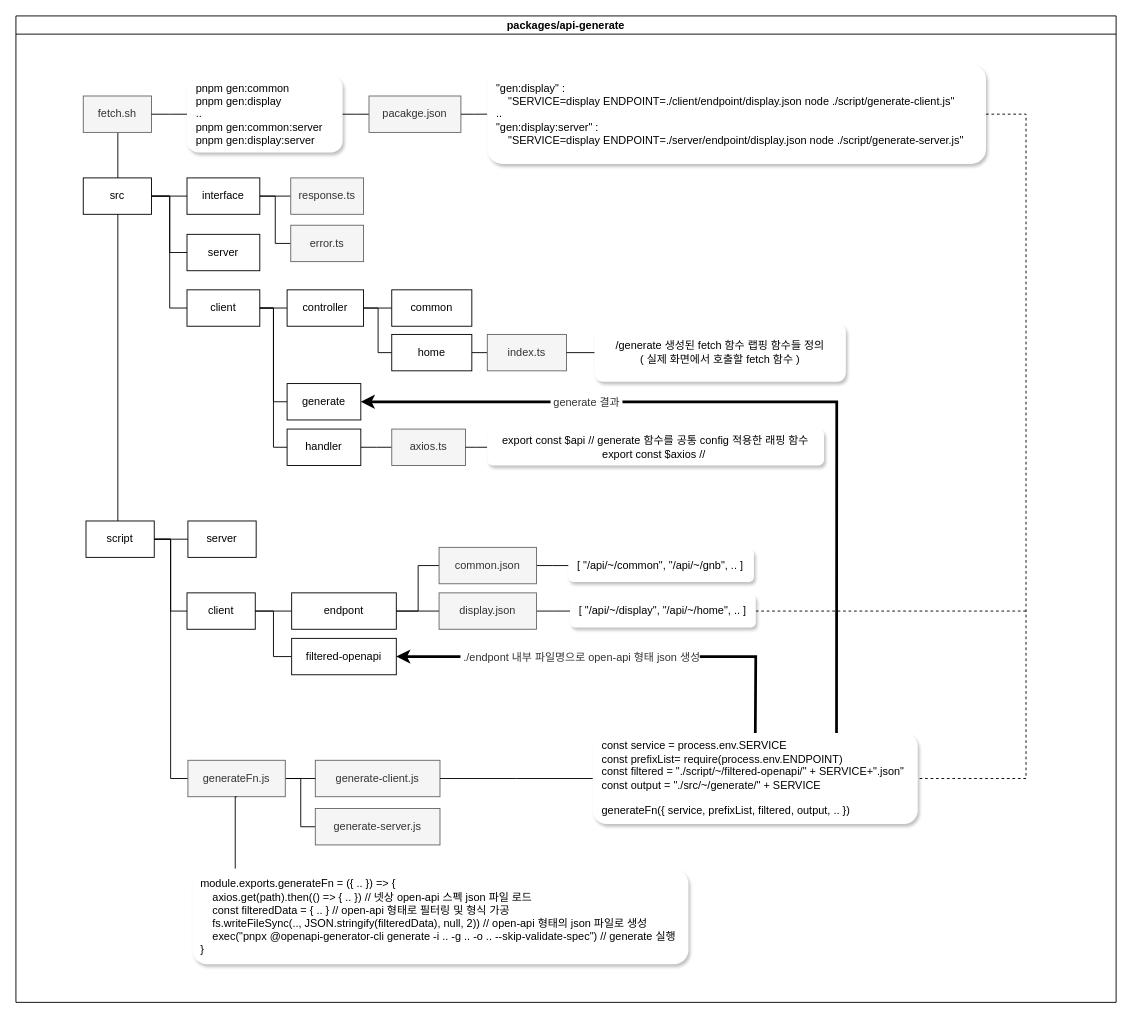
wddo/drawio keeps this draw.io diagram as openapi-generator-cli.drawio. Above is the earlier version. Source tidied: cells renumbered, new cells numbered last; positions are measured from the earlier drawing's top-left corner, leaving out a move shared by most shapes. Both pictures are drawn from the tidied source at 91%, with x=0, y=0 at pixel (15, 15).
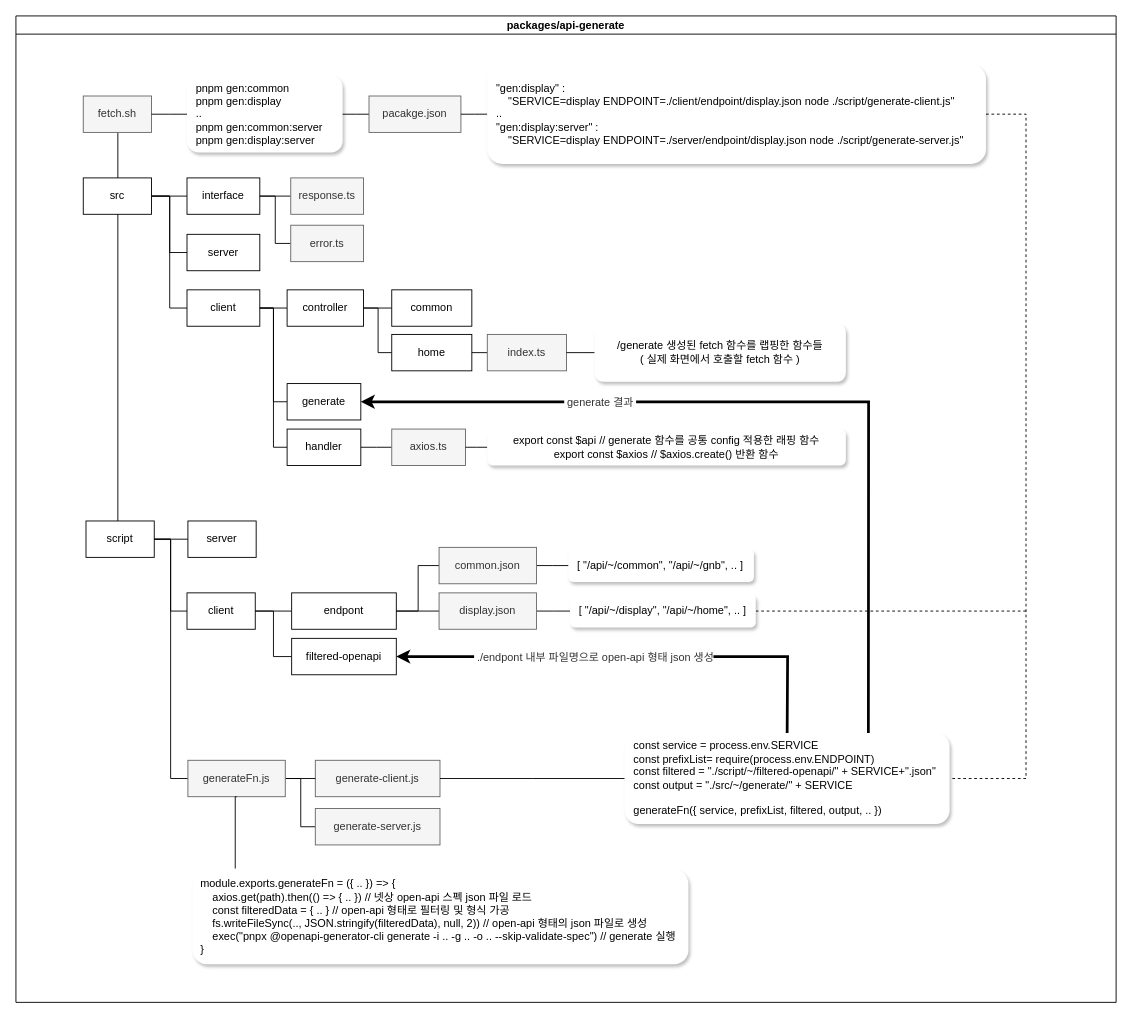
After the change.

Unchanged cells that the change refers to:
```xml
<mxCell id="2" value="packages/api-generate" style="swimlane;startSize=20;horizontal=1;containerType=tree;align=center;" parent="1" vertex="1">
  <mxGeometry width="1209" height="1084" as="geometry" />
</mxCell>
<mxCell id="13" value="generate" style="whiteSpace=wrap;html=1;newEdgeStyle={&quot;edgeStyle&quot;:&quot;elbowEdgeStyle&quot;,&quot;startArrow&quot;:&quot;none&quot;,&quot;endArrow&quot;:&quot;none&quot;};" parent="2" vertex="1">
  <mxGeometry x="298" y="404" width="81" height="40" as="geometry" />
</mxCell>
<mxCell id="43" value="filtered-openapi" style="whiteSpace=wrap;html=1;newEdgeStyle={&quot;edgeStyle&quot;:&quot;elbowEdgeStyle&quot;,&quot;startArrow&quot;:&quot;none&quot;,&quot;endArrow&quot;:&quot;none&quot;};" parent="2" vertex="1">
  <mxGeometry x="303" y="684" width="115" height="40" as="geometry" />
</mxCell>
```

Diff of the diagram source:
```diff
@@
-    <mxCell id="23" value="/generate 생성된 fetch 함수 랩핑 함수들 정의&lt;div&gt;( 실제 화면에서 호출할 fetch 함수 )&lt;/div&gt;" style="whiteSpace=wrap;html=1;newEdgeStyle={&quot;edgeStyle&quot;:&quot;elbowEdgeStyle&quot;,&quot;startArrow&quot;:&quot;none&quot;,&quot;endArrow&quot;:&quot;none&quot;};align=center;verticalAlign=middle;shadow=1;strokeColor=none;labelBorderColor=none;rounded=1;glass=0;spacing=9;" parent="2" vertex="1">
+    <mxCell id="23" value="/generate 생성된 fetch 함수를 랩핑한 함수들&lt;div&gt;( 실제 화면에서 호출할 fetch 함수 )&lt;/div&gt;" style="whiteSpace=wrap;html=1;newEdgeStyle={&quot;edgeStyle&quot;:&quot;elbowEdgeStyle&quot;,&quot;startArrow&quot;:&quot;none&quot;,&quot;endArrow&quot;:&quot;none&quot;};align=center;verticalAlign=middle;shadow=1;strokeColor=none;labelBorderColor=none;rounded=1;glass=0;spacing=9;" parent="2" vertex="1">
       <mxGeometry x="636" y="338" width="276" height="64" as="geometry" />
     </mxCell>
@@
     <mxCell id="61" style="edgeStyle=elbowEdgeStyle;rounded=0;jettySize=auto;html=1;startArrow=none;endArrow=classic;entryX=1;entryY=0.5;entryDx=0;entryDy=0;fontFamily=Helvetica;fontSize=12;fontColor=#333333;strokeWidth=3;endFill=1;exitX=0.5;exitY=0;exitDx=0;exitDy=0;" parent="2" edge="1" source="63" target="43">
       <mxGeometry relative="1" as="geometry">
         <Array as="points">
-          <mxPoint x="813" y="743" />
+          <mxPoint x="848" y="745" />
         </Array>
       </mxGeometry>
     </mxCell>
@@
     <mxCell id="63" value="&lt;div&gt;const service = process.env.SERVICE&lt;/div&gt;&lt;div&gt;const prefixList= require(process.env.ENDPOINT)&lt;/div&gt;&lt;div&gt;const filtered = &quot;./script/~/filtered-openapi/&quot; + SERVICE+&quot;.json&quot;&lt;/div&gt;&lt;div&gt;const output = &quot;./src/~/generate/&quot; + SERVICE&lt;/div&gt;&lt;div&gt;&lt;br&gt;&lt;div&gt;generateFn({ service, prefixList, filtered&lt;span style=&quot;background-color: transparent; color: light-dark(rgb(0, 0, 0), rgb(255, 255, 255));&quot;&gt;, output,&amp;nbsp;&lt;/span&gt;&lt;span style=&quot;background-color: transparent; color: light-dark(rgb(0, 0, 0), rgb(255, 255, 255));&quot;&gt;.. })&lt;/span&gt;&lt;/div&gt;&lt;/div&gt;" style="whiteSpace=wrap;html=1;newEdgeStyle={&quot;edgeStyle&quot;:&quot;elbowEdgeStyle&quot;,&quot;startArrow&quot;:&quot;none&quot;,&quot;endArrow&quot;:&quot;none&quot;};align=left;verticalAlign=middle;shadow=1;strokeColor=none;labelBorderColor=none;rounded=1;glass=0;spacing=10;" parent="2" vertex="1">
-      <mxGeometry x="634" y="788" width="357" height="100" as="geometry" />
+      <mxGeometry x="669" y="788" width="357" height="100" as="geometry" />
     </mxCell>
     <mxCell id="64" style="edgeStyle=elbowEdgeStyle;rounded=0;jettySize=auto;html=1;startArrow=none;endArrow=classic;entryX=1;entryY=0.5;entryDx=0;entryDy=0;fontFamily=Helvetica;fontSize=12;fontColor=#333333;strokeWidth=3;endFill=1;exitX=0.75;exitY=0;exitDx=0;exitDy=0;" parent="2" edge="1" source="63" target="13">
       <mxGeometry relative="1" as="geometry">
         <Array as="points">
-          <mxPoint x="902" y="588" />
+          <mxPoint x="937" y="610" />
         </Array>
       </mxGeometry>
     </mxCell>
@@
-    <mxCell id="69" value="export const $api // generate 함수를 공통&amp;nbsp;config 적용한 래핑 함수&lt;div&gt;export const $axios //&amp;nbsp;&lt;/div&gt;" style="whiteSpace=wrap;html=1;newEdgeStyle={&quot;edgeStyle&quot;:&quot;elbowEdgeStyle&quot;,&quot;startArrow&quot;:&quot;none&quot;,&quot;endArrow&quot;:&quot;none&quot;};align=center;verticalAlign=middle;shadow=1;strokeColor=none;labelBorderColor=none;rounded=1;glass=0;spacing=9;" parent="2" vertex="1">
-      <mxGeometry x="518" y="454" width="370" height="40" as="geometry" />
+    <mxCell id="69" value="export const $api // generate 함수를 공통&amp;nbsp;config 적용한 래핑 함수&lt;div&gt;export const $axios // $axios.create() 반환 함수&lt;/div&gt;" style="whiteSpace=wrap;html=1;newEdgeStyle={&quot;edgeStyle&quot;:&quot;elbowEdgeStyle&quot;,&quot;startArrow&quot;:&quot;none&quot;,&quot;endArrow&quot;:&quot;none&quot;};align=center;verticalAlign=middle;shadow=1;strokeColor=none;labelBorderColor=none;rounded=1;glass=0;spacing=9;" parent="2" vertex="1">
+      <mxGeometry x="518" y="454" width="394" height="40" as="geometry" />
     </mxCell>
```
